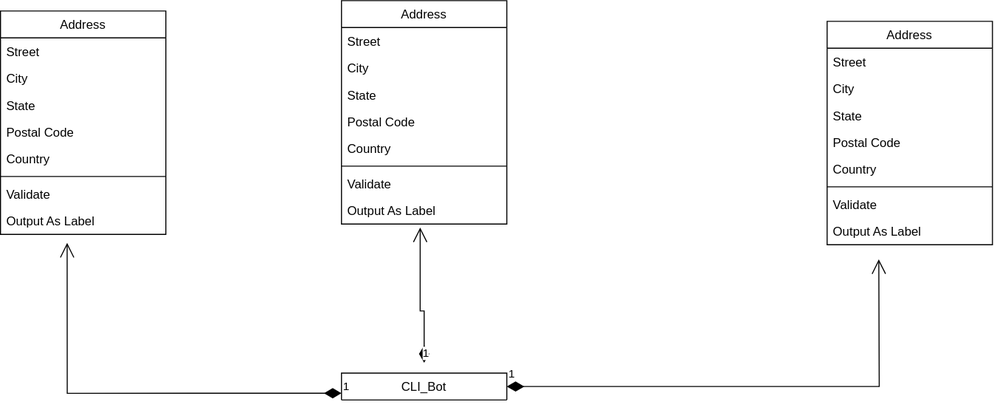
SiracencoSerghei/goitWeb keeps this draw.io diagram as HW_python_01/cyber-sentinels.drawio.svg. Above is the earlier version. Source tidied: cells renumbered, new cells last; positions are measured from the earlier drawing's top-left corner, leaving out a move shared by most shapes.
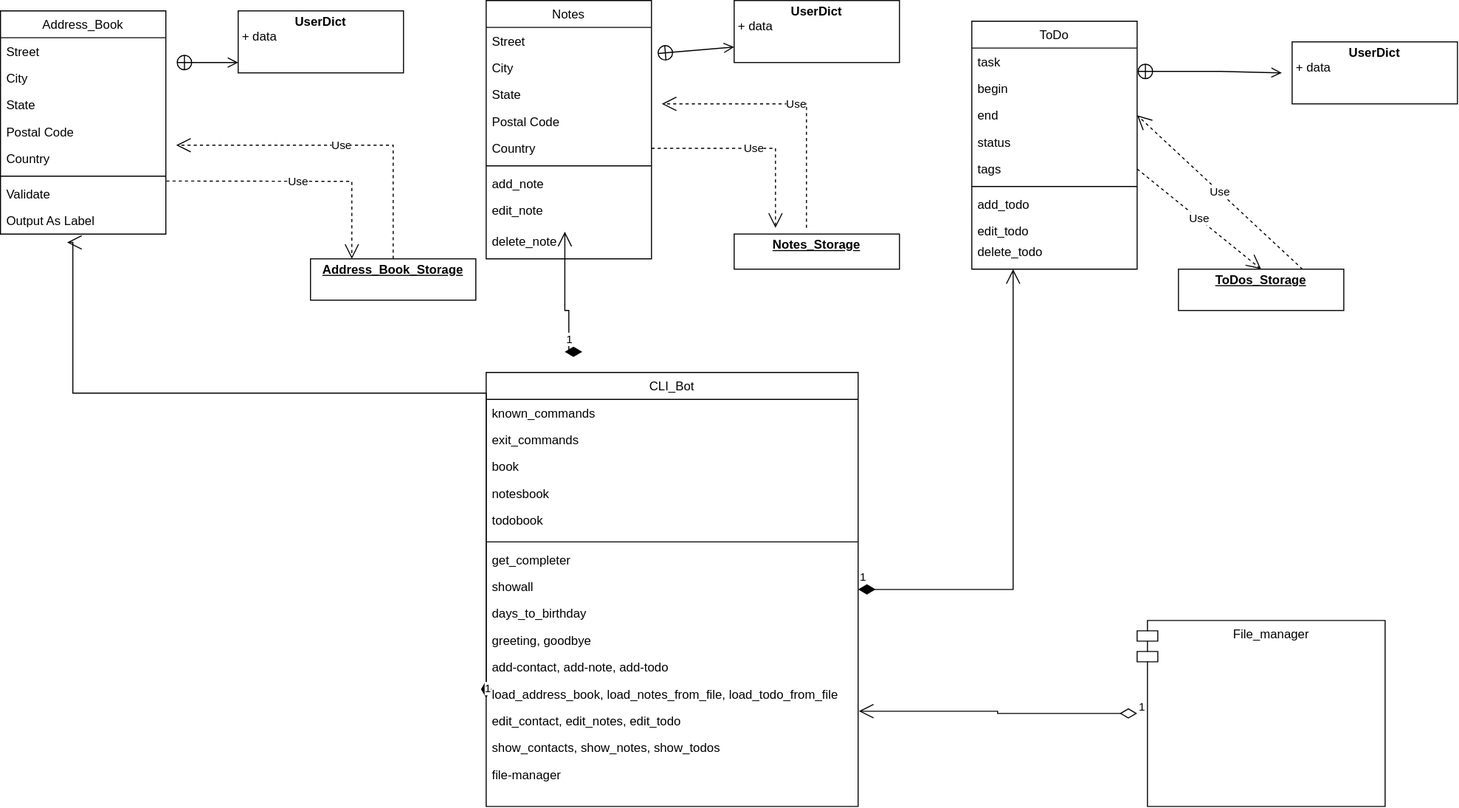
After the commit.

Diff of the diagram source:
```diff
@@ -2,38 +2,86 @@
   <root>
     <mxCell id="0" />
     <mxCell id="1" parent="0" />
-    <mxCell id="2" value="Address" style="swimlane;fontStyle=0;align=center;verticalAlign=top;horizontal=1;startSize=26;rounded=0;shadow=0;strokeWidth=1;" parent="1" vertex="1">
-      <mxGeometry x="800" y="20" width="160" height="216" as="geometry" />
+    <mxCell id="2" value="ToDo" style="swimlane;fontStyle=0;align=center;verticalAlign=top;horizontal=1;startSize=26;rounded=0;shadow=0;strokeWidth=1;" parent="1" vertex="1">
+      <mxGeometry x="800" y="20" width="160" height="240" as="geometry" />
     </mxCell>
-    <mxCell id="3" value="Street" style="text;align=left;verticalAlign=top;spacingLeft=4;spacingRight=4;overflow=hidden;" parent="2" vertex="1">
+    <mxCell id="3" value="task" style="text;align=left;verticalAlign=top;spacingLeft=4;spacingRight=4;overflow=hidden;" parent="2" vertex="1">
       <mxGeometry y="26" width="160" height="26" as="geometry" />
     </mxCell>
-    <mxCell id="4" value="City" style="text;align=left;verticalAlign=top;spacingLeft=4;spacingRight=4;overflow=hidden;rounded=0;shadow=0;html=0;" parent="2" vertex="1">
+    <mxCell id="4" value="begin" style="text;align=left;verticalAlign=top;spacingLeft=4;spacingRight=4;overflow=hidden;rounded=0;shadow=0;html=0;" parent="2" vertex="1">
       <mxGeometry y="52" width="160" height="26" as="geometry" />
     </mxCell>
-    <mxCell id="5" value="State" style="text;align=left;verticalAlign=top;spacingLeft=4;spacingRight=4;overflow=hidden;points=[[0,0.5],[1,0.5]];portConstraint=eastwest;rounded=0;shadow=0;html=0;" parent="2" vertex="1">
+    <mxCell id="5" value="end" style="text;align=left;verticalAlign=top;spacingLeft=4;spacingRight=4;overflow=hidden;points=[[0,0.5],[1,0.5]];portConstraint=eastwest;rounded=0;shadow=0;html=0;" parent="2" vertex="1">
       <mxGeometry y="78" width="160" height="26" as="geometry" />
     </mxCell>
-    <mxCell id="6" value="Postal Code" style="text;align=left;verticalAlign=top;spacingLeft=4;spacingRight=4;overflow=hidden;rounded=0;shadow=0;html=0;" parent="2" vertex="1">
+    <mxCell id="6" value="status" style="text;align=left;verticalAlign=top;spacingLeft=4;spacingRight=4;overflow=hidden;rounded=0;shadow=0;html=0;" parent="2" vertex="1">
       <mxGeometry y="104" width="160" height="26" as="geometry" />
     </mxCell>
-    <mxCell id="7" value="Country" style="text;align=left;verticalAlign=top;spacingLeft=4;spacingRight=4;overflow=hidden;points=[[0,0.5],[1,0.5]];portConstraint=eastwest;rounded=0;shadow=0;html=0;" parent="2" vertex="1">
+    <mxCell id="7" value="tags" style="text;align=left;verticalAlign=top;spacingLeft=4;spacingRight=4;overflow=hidden;points=[[0,0.5],[1,0.5]];portConstraint=eastwest;rounded=0;shadow=0;html=0;" parent="2" vertex="1">
       <mxGeometry y="130" width="160" height="26" as="geometry" />
     </mxCell>
     <mxCell id="8" style="line;html=1;strokeWidth=1;align=left;verticalAlign=middle;spacingTop=-1;spacingLeft=3;spacingRight=3;labelPosition=right;" parent="2" vertex="1">
       <mxGeometry y="156" width="160" height="8" as="geometry" />
     </mxCell>
-    <mxCell id="9" value="Validate" style="text;align=left;verticalAlign=top;spacingLeft=4;spacingRight=4;overflow=hidden;" parent="2" vertex="1">
+    <mxCell id="9" value="add_todo" style="text;align=left;verticalAlign=top;spacingLeft=4;spacingRight=4;overflow=hidden;" parent="2" vertex="1">
       <mxGeometry y="164" width="160" height="26" as="geometry" />
     </mxCell>
-    <mxCell id="10" value="Output As Label" style="text;align=left;verticalAlign=top;spacingLeft=4;spacingRight=4;overflow=hidden;" parent="2" vertex="1">
-      <mxGeometry y="190" width="160" height="26" as="geometry" />
+    <mxCell id="10" value="edit_todo" style="text;align=left;verticalAlign=top;spacingLeft=4;spacingRight=4;overflow=hidden;" parent="2" vertex="1">
+      <mxGeometry y="190" width="160" height="20" as="geometry" />
     </mxCell>
+    <mxCell id="33" value="delete_todo" style="text;align=left;verticalAlign=top;spacingLeft=4;spacingRight=4;overflow=hidden;" parent="2" vertex="1">
+      <mxGeometry y="210" width="160" height="20" as="geometry" />
+    </mxCell>
-    <mxCell id="11" value="CLI_Bot" style="swimlane;fontStyle=0;align=center;verticalAlign=top;horizontal=1;startSize=26;rounded=0;shadow=0;strokeWidth=1;" parent="1" vertex="1" collapsed="1">
-      <mxGeometry x="330" y="360" width="160" height="26" as="geometry" />
+    <mxCell id="11" value="CLI_Bot" style="swimlane;fontStyle=0;align=center;verticalAlign=top;horizontal=1;startSize=26;rounded=0;shadow=0;strokeWidth=1;" parent="1" vertex="1">
+      <mxGeometry x="330" y="360" width="360" height="420" as="geometry" />
     </mxCell>
+    <mxCell id="34" value="known_commands" style="text;align=left;verticalAlign=top;spacingLeft=4;spacingRight=4;overflow=hidden;" parent="11" vertex="1">
+      <mxGeometry y="26" width="360" height="26" as="geometry" />
+    </mxCell>
+    <mxCell id="35" value="exit_commands" style="text;align=left;verticalAlign=top;spacingLeft=4;spacingRight=4;overflow=hidden;rounded=0;shadow=0;html=0;" parent="11" vertex="1">
+      <mxGeometry y="52" width="360" height="26" as="geometry" />
+    </mxCell>
+    <mxCell id="36" value="book" style="text;align=left;verticalAlign=top;spacingLeft=4;spacingRight=4;overflow=hidden;rounded=0;shadow=0;html=0;" parent="11" vertex="1">
+      <mxGeometry y="78" width="360" height="26" as="geometry" />
+    </mxCell>
+    <mxCell id="37" value="notesbook" style="text;align=left;verticalAlign=top;spacingLeft=4;spacingRight=4;overflow=hidden;rounded=0;shadow=0;html=0;" parent="11" vertex="1">
+      <mxGeometry y="104" width="360" height="26" as="geometry" />
+    </mxCell>
+    <mxCell id="38" value="todobook" style="text;align=left;verticalAlign=top;spacingLeft=4;spacingRight=4;overflow=hidden;rounded=0;shadow=0;html=0;" parent="11" vertex="1">
+      <mxGeometry y="130" width="360" height="30" as="geometry" />
+    </mxCell>
+    <mxCell id="39" style="line;html=1;strokeWidth=1;align=left;verticalAlign=middle;spacingTop=-1;spacingLeft=3;spacingRight=3;labelPosition=right;" parent="11" vertex="1">
+      <mxGeometry y="160" width="360" height="8" as="geometry" />
+    </mxCell>
+    <mxCell id="40" value="get_completer" style="text;align=left;verticalAlign=top;spacingLeft=4;spacingRight=4;overflow=hidden;" parent="11" vertex="1">
+      <mxGeometry y="168" width="360" height="26" as="geometry" />
+    </mxCell>
+    <mxCell id="41" value="showall" style="text;align=left;verticalAlign=top;spacingLeft=4;spacingRight=4;overflow=hidden;" parent="11" vertex="1">
+      <mxGeometry y="194" width="360" height="26" as="geometry" />
+    </mxCell>
+    <mxCell id="42" value="days_to_birthday" style="text;align=left;verticalAlign=top;spacingLeft=4;spacingRight=4;overflow=hidden;" parent="11" vertex="1">
+      <mxGeometry y="220" width="360" height="26" as="geometry" />
+    </mxCell>
+    <mxCell id="43" value="greeting, goodbye&#10;" style="text;align=left;verticalAlign=top;spacingLeft=4;spacingRight=4;overflow=hidden;" parent="11" vertex="1">
+      <mxGeometry y="246" width="360" height="26" as="geometry" />
+    </mxCell>
+    <mxCell id="44" value="add-contact, add-note, add-todo&#10;" style="text;align=left;verticalAlign=top;spacingLeft=4;spacingRight=4;overflow=hidden;" parent="11" vertex="1">
+      <mxGeometry y="272" width="360" height="26" as="geometry" />
+    </mxCell>
+    <mxCell id="45" value="load_address_book, load_notes_from_file, load_todo_from_file" style="text;align=left;verticalAlign=top;spacingLeft=4;spacingRight=4;overflow=hidden;" parent="11" vertex="1">
+      <mxGeometry y="298" width="360" height="26" as="geometry" />
+    </mxCell>
+    <mxCell id="46" value="edit_contact, edit_notes, edit_todo" style="text;align=left;verticalAlign=top;spacingLeft=4;spacingRight=4;overflow=hidden;points=[[0,0.5],[1,0.5]];portConstraint=eastwest;" parent="11" vertex="1">
+      <mxGeometry y="324" width="360" height="26" as="geometry" />
+    </mxCell>
+    <mxCell id="47" value="show_contacts, show_notes, show_todos" style="text;align=left;verticalAlign=top;spacingLeft=4;spacingRight=4;overflow=hidden;" parent="11" vertex="1">
+      <mxGeometry y="350" width="360" height="26" as="geometry" />
+    </mxCell>
+    <mxCell id="48" value="file-manager" style="text;align=left;verticalAlign=top;spacingLeft=4;spacingRight=4;overflow=hidden;" parent="11" vertex="1">
+      <mxGeometry y="376" width="360" height="26" as="geometry" />
+    </mxCell>
-    <mxCell id="12" value="Address" style="swimlane;fontStyle=0;align=center;verticalAlign=top;horizontal=1;startSize=26;rounded=0;shadow=0;strokeWidth=1;" parent="1" vertex="1">
-      <mxGeometry x="330" width="160" height="216" as="geometry" />
+    <mxCell id="12" value="Notes" style="swimlane;fontStyle=0;align=center;verticalAlign=top;horizontal=1;startSize=26;rounded=0;shadow=0;strokeWidth=1;" parent="1" vertex="1">
+      <mxGeometry x="330" width="160" height="250" as="geometry" />
     </mxCell>
     <mxCell id="13" value="Street" style="text;align=left;verticalAlign=top;spacingLeft=4;spacingRight=4;overflow=hidden;points=[[0,0.5],[1,0.5]];portConstraint=eastwest;" parent="12" vertex="1">
       <mxGeometry y="26" width="160" height="26" as="geometry" />
@@ -53,14 +101,17 @@
     <mxCell id="18" style="line;html=1;strokeWidth=1;align=left;verticalAlign=middle;spacingTop=-1;spacingLeft=3;spacingRight=3;labelPosition=right;" parent="12" vertex="1">
       <mxGeometry y="156" width="160" height="8" as="geometry" />
     </mxCell>
-    <mxCell id="19" value="Validate" style="text;align=left;verticalAlign=top;spacingLeft=4;spacingRight=4;overflow=hidden;" parent="12" vertex="1">
+    <mxCell id="19" value="add_note" style="text;align=left;verticalAlign=top;spacingLeft=4;spacingRight=4;overflow=hidden;" parent="12" vertex="1">
       <mxGeometry y="164" width="160" height="26" as="geometry" />
     </mxCell>
-    <mxCell id="20" value="Output As Label" style="text;align=left;verticalAlign=top;spacingLeft=4;spacingRight=4;overflow=hidden;points=[[0,0.5],[1,0.5]];portConstraint=eastwest;" parent="12" vertex="1">
-      <mxGeometry y="190" width="160" height="26" as="geometry" />
+    <mxCell id="20" value="edit_note" style="text;align=left;verticalAlign=top;spacingLeft=4;spacingRight=4;overflow=hidden;points=[[0,0.5],[1,0.5]];portConstraint=eastwest;" parent="12" vertex="1">
+      <mxGeometry y="190" width="160" height="30" as="geometry" />
     </mxCell>
+    <mxCell id="49" value="delete_note" style="text;align=left;verticalAlign=top;spacingLeft=4;spacingRight=4;overflow=hidden;" parent="12" vertex="1">
+      <mxGeometry y="220" width="160" height="30" as="geometry" />
+    </mxCell>
-    <mxCell id="21" value="Address" style="swimlane;fontStyle=0;align=center;verticalAlign=top;horizontal=1;startSize=26;rounded=0;shadow=0;strokeWidth=1;" parent="1" vertex="1">
-      <mxGeometry y="10" width="160" height="216" as="geometry" />
+    <mxCell id="21" value="Address_Book" style="swimlane;fontStyle=0;align=center;verticalAlign=top;horizontal=1;startSize=26;rounded=0;shadow=0;strokeWidth=1;" parent="1" vertex="1">
+      <mxGeometry x="-140" y="10" width="160" height="216" as="geometry" />
     </mxCell>
     <mxCell id="22" value="Street" style="text;align=left;verticalAlign=top;spacingLeft=4;spacingRight=4;overflow=hidden;" parent="21" vertex="1">
       <mxGeometry y="26" width="160" height="26" as="geometry" />
@@ -89,23 +140,106 @@
     <mxCell id="30" value="1" style="endArrow=open;html=1;endSize=12;startArrow=diamondThin;startSize=14;startFill=1;edgeStyle=orthogonalEdgeStyle;align=left;verticalAlign=bottom;rounded=0;exitX=0;exitY=0.75;exitDx=0;exitDy=0;entryX=0.403;entryY=1.313;entryDx=0;entryDy=0;entryPerimeter=0;" parent="1" edge="1" source="11" target="29">
       <mxGeometry x="-1" y="3" relative="1" as="geometry">
         <Array as="points">
-          <mxPoint x="64" y="380" />
+          <mxPoint x="330" y="380" />
+          <mxPoint x="-70" y="380" />
+          <mxPoint x="-70" y="234" />
         </Array>
       </mxGeometry>
     </mxCell>
     <mxCell id="31" value="1" style="endArrow=open;html=1;endSize=12;startArrow=diamondThin;startSize=14;startFill=1;edgeStyle=orthogonalEdgeStyle;align=left;verticalAlign=bottom;rounded=0;entryX=0.476;entryY=1.126;entryDx=0;entryDy=0;entryPerimeter=0;" parent="1" edge="1" target="20">
       <mxGeometry x="-1" y="3" relative="1" as="geometry">
-        <mxPoint x="410" y="350" as="sourcePoint" />
+        <mxPoint x="406" y="340" as="sourcePoint" />
         <Array as="points">
           <mxPoint x="410" y="300" />
           <mxPoint x="406" y="300" />
         </Array>
       </mxGeometry>
     </mxCell>
-    <mxCell id="32" value="1" style="endArrow=open;html=1;endSize=12;startArrow=diamondThin;startSize=14;startFill=1;edgeStyle=orthogonalEdgeStyle;align=left;verticalAlign=bottom;rounded=0;exitX=1;exitY=0.5;exitDx=0;exitDy=0;" parent="1" edge="1" source="11">
-      <mxGeometry x="-1" y="3" relative="1" as="geometry">
-        <mxPoint x="850" y="250" as="targetPoint" />
-      </mxGeometry>
+    <mxCell id="32" value="1" style="endArrow=open;html=1;endSize=12;startArrow=diamondThin;startSize=14;startFill=1;edgeStyle=orthogonalEdgeStyle;align=left;verticalAlign=bottom;rounded=0;exitX=1;exitY=0.5;exitDx=0;exitDy=0;entryX=0.25;entryY=1;entryDx=0;entryDy=0;" parent="1" edge="1" source="11" target="2">
+      <mxGeometry x="-1" y="3" relative="1" as="geometry" />
     </mxCell>
+    <mxCell id="50" value="&lt;p style=&quot;margin:0px;margin-top:4px;text-align:center;text-decoration:underline;&quot;&gt;&lt;b&gt;Notes_Storage&lt;/b&gt;&lt;/p&gt;" style="verticalAlign=top;align=left;overflow=fill;fontSize=12;fontFamily=Helvetica;html=1;whiteSpace=wrap;" parent="1" vertex="1">
+      <mxGeometry x="570" y="226" width="160" height="34" as="geometry" />
+    </mxCell>
+    <mxCell id="51" value="&lt;p style=&quot;margin:0px;margin-top:4px;text-align:center;text-decoration:underline;&quot;&gt;&lt;b&gt;ToDos_Storage&lt;/b&gt;&lt;/p&gt;&lt;p style=&quot;margin:0px;margin-top:4px;text-align:center;text-decoration:underline;&quot;&gt;&lt;b&gt;&lt;br&gt;&lt;/b&gt;&lt;/p&gt;" style="verticalAlign=top;align=left;overflow=fill;fontSize=12;fontFamily=Helvetica;html=1;whiteSpace=wrap;" parent="1" vertex="1">
+      <mxGeometry x="1000" y="260" width="160" height="40" as="geometry" />
+    </mxCell>
+    <mxCell id="52" value="&lt;p style=&quot;margin:0px;margin-top:4px;text-align:center;text-decoration:underline;&quot;&gt;&lt;b&gt;Address_Book_Storage&lt;/b&gt;&lt;/p&gt;&lt;p style=&quot;margin:0px;margin-top:4px;text-align:center;text-decoration:underline;&quot;&gt;&lt;b&gt;&lt;br&gt;&lt;/b&gt;&lt;/p&gt;" style="verticalAlign=top;align=left;overflow=fill;fontSize=12;fontFamily=Helvetica;html=1;whiteSpace=wrap;" parent="1" vertex="1">
+      <mxGeometry x="160" y="250" width="160" height="40" as="geometry" />
+    </mxCell>
+    <mxCell id="53" value="Use" style="endArrow=open;endSize=12;dashed=1;html=1;rounded=0;exitX=0.5;exitY=0;exitDx=0;exitDy=0;" parent="1" edge="1" source="52">
+      <mxGeometry relative="1" as="geometry">
+        <mxPoint x="30" y="140" as="targetPoint" />
+        <Array as="points">
+          <mxPoint x="240" y="140" />
+        </Array>
+      </mxGeometry>
+    </mxCell>
+    <mxCell id="54" value="Use" style="endArrow=open;endSize=12;dashed=1;html=1;rounded=0;exitX=1.003;exitY=0.027;exitDx=0;exitDy=0;entryX=0.25;entryY=0;entryDx=0;entryDy=0;exitPerimeter=0;" parent="1" edge="1" source="28" target="52">
+      <mxGeometry relative="1" as="geometry">
+        <Array as="points">
+          <mxPoint x="200" y="175" />
+        </Array>
+      </mxGeometry>
+    </mxCell>
+    <mxCell id="55" value="Use" style="endArrow=open;endSize=12;dashed=1;html=1;rounded=0;" parent="1" edge="1">
+      <mxGeometry relative="1" as="geometry">
+        <mxPoint x="640" y="220" as="sourcePoint" />
+        <mxPoint x="500" y="100" as="targetPoint" />
+        <Array as="points">
+          <mxPoint x="640" y="100" />
+        </Array>
+      </mxGeometry>
+    </mxCell>
+    <mxCell id="56" value="Use" style="endArrow=open;endSize=12;dashed=1;html=1;rounded=0;exitX=1;exitY=0.5;exitDx=0;exitDy=0;" parent="1" edge="1" source="17">
+      <mxGeometry relative="1" as="geometry">
+        <mxPoint x="610" y="220" as="targetPoint" />
+        <Array as="points">
+          <mxPoint x="610" y="143" />
+        </Array>
+      </mxGeometry>
+    </mxCell>
+    <mxCell id="57" style="edgeStyle=orthogonalEdgeStyle;rounded=0;orthogonalLoop=1;jettySize=auto;html=1;exitX=0.5;exitY=1;exitDx=0;exitDy=0;" parent="1" edge="1" source="51" target="51">
+      <mxGeometry relative="1" as="geometry" />
+    </mxCell>
+    <mxCell id="58" value="Use" style="endArrow=open;endSize=12;dashed=1;html=1;rounded=0;exitX=0.75;exitY=0;exitDx=0;exitDy=0;entryX=1;entryY=0.5;entryDx=0;entryDy=0;" parent="1" edge="1" source="51" target="5">
+      <mxGeometry relative="1" as="geometry" />
+    </mxCell>
+    <mxCell id="59" value="Use" style="endArrow=open;endSize=12;dashed=1;html=1;rounded=0;entryX=0.5;entryY=0;entryDx=0;entryDy=0;exitX=1;exitY=0.5;exitDx=0;exitDy=0;" parent="1" edge="1" source="7" target="51">
+      <mxGeometry relative="1" as="geometry" />
+    </mxCell>
+    <mxCell id="60" value="File_manager" style="shape=module;align=left;spacingLeft=20;align=center;verticalAlign=top;whiteSpace=wrap;html=1;" parent="1" vertex="1">
+      <mxGeometry x="960" y="600" width="240" height="180" as="geometry" />
+    </mxCell>
+    <mxCell id="61" value="1" style="endArrow=open;html=1;endSize=12;startArrow=diamondThin;startSize=14;startFill=0;edgeStyle=orthogonalEdgeStyle;align=left;verticalAlign=bottom;rounded=0;entryX=1.002;entryY=0.148;entryDx=0;entryDy=0;entryPerimeter=0;" parent="1" edge="1" source="60" target="46">
+      <mxGeometry x="-1" y="3" relative="1" as="geometry" />
+    </mxCell>
+    <mxCell id="62" value="&lt;p style=&quot;margin:0px;margin-top:4px;text-align:center;&quot;&gt;&lt;b&gt;UserDict&lt;/b&gt;&lt;/p&gt;&lt;p style=&quot;margin:0px;margin-left:4px;&quot;&gt;+ data&lt;/p&gt;" style="verticalAlign=top;align=left;overflow=fill;fontSize=12;fontFamily=Helvetica;html=1;whiteSpace=wrap;" parent="1" vertex="1">
+      <mxGeometry x="1110" y="40" width="160" height="60" as="geometry" />
+    </mxCell>
+    <mxCell id="63" value="&lt;p style=&quot;margin:0px;margin-top:4px;text-align:center;&quot;&gt;&lt;b&gt;UserDict&lt;/b&gt;&lt;/p&gt;&lt;p style=&quot;margin:0px;margin-left:4px;&quot;&gt;+ data&lt;/p&gt;" style="verticalAlign=top;align=left;overflow=fill;fontSize=12;fontFamily=Helvetica;html=1;whiteSpace=wrap;" parent="1" vertex="1">
+      <mxGeometry x="570" width="160" height="60" as="geometry" />
+    </mxCell>
+    <mxCell id="64" value="&lt;p style=&quot;margin:0px;margin-top:4px;text-align:center;&quot;&gt;&lt;b&gt;UserDict&lt;/b&gt;&lt;/p&gt;&lt;p style=&quot;margin:0px;margin-left:4px;&quot;&gt;+ data&lt;/p&gt;" style="verticalAlign=top;align=left;overflow=fill;fontSize=12;fontFamily=Helvetica;html=1;whiteSpace=wrap;" parent="1" vertex="1">
+      <mxGeometry x="90" y="10" width="160" height="60" as="geometry" />
+    </mxCell>
+    <mxCell id="65" style="endArrow=open;startArrow=circlePlus;endFill=0;startFill=0;endSize=8;html=1;rounded=0;" parent="1" edge="1">
+      <mxGeometry relative="1" as="geometry">
+        <mxPoint x="30" y="60" as="sourcePoint" />
+        <mxPoint x="90" y="60" as="targetPoint" />
+      </mxGeometry>
+    </mxCell>
+    <mxCell id="66" style="endArrow=open;startArrow=circlePlus;endFill=0;startFill=0;endSize=8;html=1;rounded=0;entryX=0;entryY=0.75;entryDx=0;entryDy=0;exitX=1.034;exitY=0.973;exitDx=0;exitDy=0;exitPerimeter=0;" parent="1" edge="1" source="13" target="63">
+      <mxGeometry relative="1" as="geometry" />
+    </mxCell>
+    <mxCell id="67" style="endArrow=open;startArrow=circlePlus;endFill=0;startFill=0;endSize=8;html=1;rounded=0;" parent="1" edge="1">
+      <mxGeometry relative="1" as="geometry">
+        <mxPoint x="960" y="68.6" as="sourcePoint" />
+        <mxPoint x="1100" y="70" as="targetPoint" />
+        <Array as="points">
+          <mxPoint x="1040" y="68.6" />
+        </Array>
+      </mxGeometry>
+    </mxCell>
   </root>
 </mxGraphModel>
```
